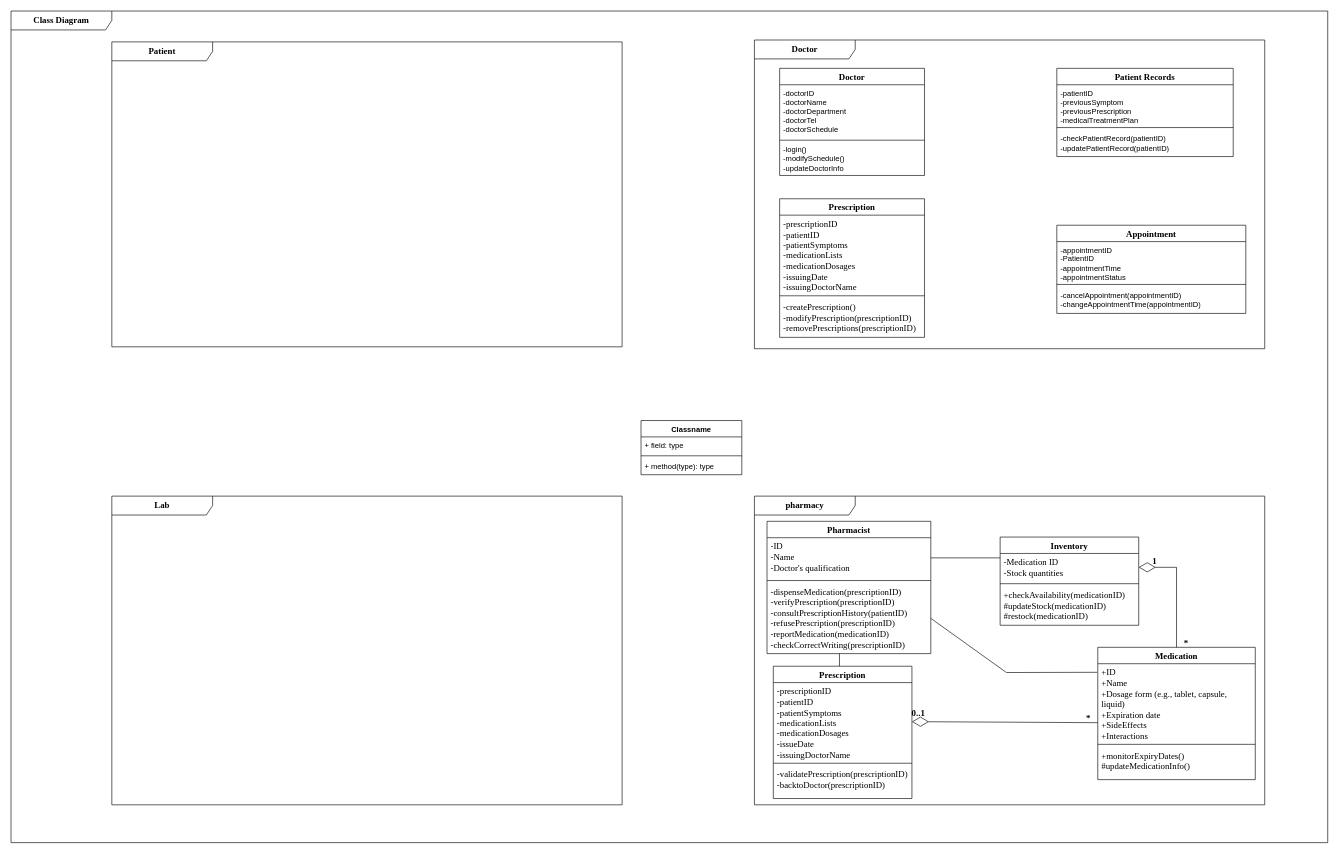
Above: Class Diagram.drawio in FOMOKN/Software-Engineering (draw.io), before the change. Source tidied: cells renumbered, new cells numbered last; positions are measured from the earlier drawing's top-left corner, leaving out a move shared by most shapes. Both pictures are drawn from the tidied source at 63%, with x=0, y=0 at pixel (11, 11).
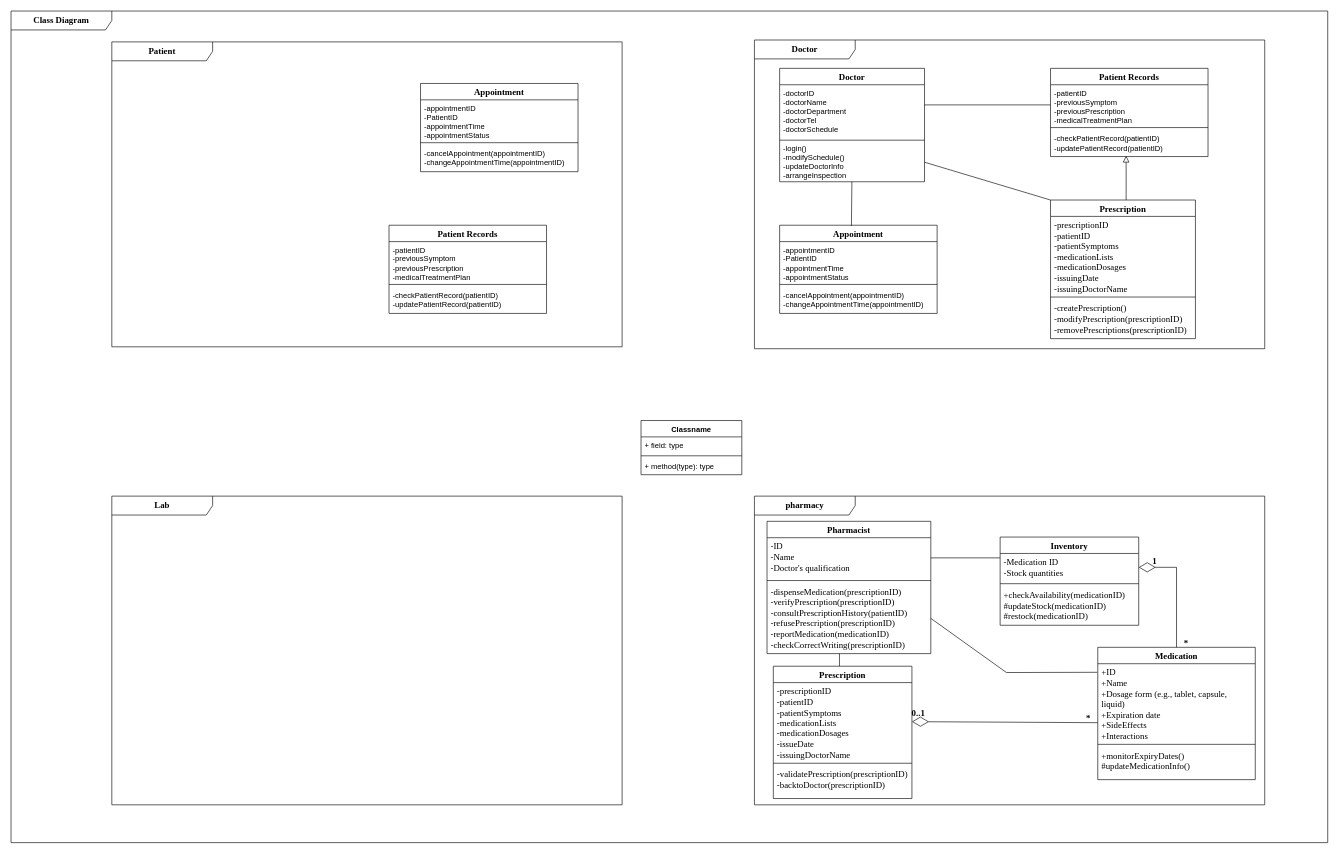
The same page after the edit.

The change refers to these unchanged cells:
```xml
<mxCell id="25" value="&lt;font size=&quot;1&quot; face=&quot;Times New Roman&quot;&gt;&lt;b style=&quot;font-size: 14px;&quot;&gt;Patient&lt;/b&gt;&lt;/font&gt;" style="shape=umlFrame;whiteSpace=wrap;html=1;width=160;" parent="23" vertex="1">
  <mxGeometry x="160" y="49" width="810" height="484" as="geometry" />
</mxCell>
<mxCell id="26" value="&lt;font style=&quot;font-size: 14px;&quot; face=&quot;Times New Roman&quot;&gt;&lt;b&gt;Doctor&lt;/b&gt;&lt;/font&gt;" style="shape=umlFrame;whiteSpace=wrap;html=1;width=160;" parent="23" vertex="1">
  <mxGeometry x="1180" y="46" width="810" height="490" as="geometry" />
</mxCell>
```

Change to the diagram source:
```diff
@@
+    <mxCell id="52" value="&lt;font face=&quot;Times New Roman&quot; style=&quot;font-size: 14px;&quot;&gt;Appointment&lt;/font&gt;" style="swimlane;fontStyle=1;align=center;verticalAlign=top;horizontal=1;startSize=26;whiteSpace=wrap;html=1;" parent="25" vertex="1">
+      <mxGeometry x="490" y="66" width="250" height="140" as="geometry" />
+    </mxCell>
+    <mxCell id="53" value="-appointmentID&lt;br&gt;-PatientID&lt;br&gt;-appointmentTime&lt;br&gt;-appointmentStatus" style="text;strokeColor=none;fillColor=none;align=left;verticalAlign=top;spacingLeft=4;spacingRight=4;overflow=hidden;whiteSpace=wrap;html=1;" parent="52" vertex="1">
+      <mxGeometry y="26" width="250" height="64" as="geometry" />
+    </mxCell>
+    <mxCell id="54" style="line;strokeWidth=1;fillColor=none;align=left;verticalAlign=middle;spacingTop=-1;spacingLeft=3;spacingRight=3;labelPosition=right;strokeColor=inherit;" parent="52" vertex="1">
+      <mxGeometry y="90" width="250" height="8" as="geometry" />
+    </mxCell>
+    <mxCell id="55" value="-cancelAppointment(appointmentID)&lt;br&gt;-changeAppointmentTime(appointmentID)" style="text;strokeColor=none;fillColor=none;align=left;verticalAlign=top;spacingLeft=4;spacingRight=4;overflow=hidden;whiteSpace=wrap;html=1;" parent="52" vertex="1">
+      <mxGeometry y="98" width="250" height="42" as="geometry" />
+    </mxCell>
+    <mxCell id="56" value="&lt;font face=&quot;Times New Roman&quot; style=&quot;font-size: 14px;&quot;&gt;Patient Records&lt;/font&gt;" style="swimlane;fontStyle=1;align=center;verticalAlign=top;horizontal=1;startSize=26;whiteSpace=wrap;html=1;" parent="25" vertex="1">
+      <mxGeometry x="440" y="291" width="250" height="140" as="geometry" />
+    </mxCell>
+    <mxCell id="57" value="-patientID&lt;br&gt;-previousSymptom&lt;br&gt;-previousPrescription&lt;br&gt;-medicalTreatmentPlan" style="text;strokeColor=none;fillColor=none;align=left;verticalAlign=top;spacingLeft=4;spacingRight=4;overflow=hidden;whiteSpace=wrap;html=1;" parent="56" vertex="1">
+      <mxGeometry y="26" width="250" height="64" as="geometry" />
+    </mxCell>
+    <mxCell id="58" style="line;strokeWidth=1;fillColor=none;align=left;verticalAlign=middle;spacingTop=-1;spacingLeft=3;spacingRight=3;labelPosition=right;strokeColor=inherit;" parent="56" vertex="1">
+      <mxGeometry y="90" width="250" height="8" as="geometry" />
+    </mxCell>
+    <mxCell id="59" value="-checkPatientRecord(patientID)&lt;br style=&quot;border-color: var(--border-color);&quot;&gt;-updatePatientRecord(patientID)" style="text;strokeColor=none;fillColor=none;align=left;verticalAlign=middle;spacingLeft=4;spacingRight=4;overflow=hidden;whiteSpace=wrap;html=1;" parent="56" vertex="1">
+      <mxGeometry y="98" width="250" height="42" as="geometry" />
+    </mxCell>
@@
     <mxCell id="27" value="&lt;font style=&quot;font-size: 14px;&quot; face=&quot;Times New Roman&quot;&gt;Doctor&lt;/font&gt;" style="swimlane;fontStyle=1;align=center;verticalAlign=top;horizontal=1;startSize=26;whiteSpace=wrap;html=1;" parent="26" vertex="1">
-      <mxGeometry x="40" y="45" width="230" height="170" as="geometry" />
+      <mxGeometry x="40" y="45" width="230" height="180" as="geometry" />
     </mxCell>
@@
-    <mxCell id="30" value="-login()&lt;br&gt;-modifySchedule()&lt;br&gt;-updateDoctorInfo" style="text;strokeColor=none;fillColor=none;align=left;verticalAlign=middle;spacingLeft=4;spacingRight=4;overflow=hidden;points=[[0,0.5],[1,0.5]];portConstraint=eastwest;whiteSpace=wrap;html=1;" parent="27" vertex="1">
-      <mxGeometry y="118" width="230" height="52" as="geometry" />
+    <mxCell id="30" value="-login()&lt;br&gt;-modifySchedule()&lt;br&gt;-updateDoctorInfo&lt;br&gt;-arrangeInspection" style="text;strokeColor=none;fillColor=none;align=left;verticalAlign=middle;spacingLeft=4;spacingRight=4;overflow=hidden;points=[[0,0.5],[1,0.5]];portConstraint=eastwest;whiteSpace=wrap;html=1;" parent="27" vertex="1">
+      <mxGeometry y="118" width="230" height="62" as="geometry" />
     </mxCell>
     <mxCell id="31" value="&lt;font face=&quot;Times New Roman&quot; style=&quot;font-size: 14px;&quot;&gt;Appointment&lt;/font&gt;" style="swimlane;fontStyle=1;align=center;verticalAlign=top;horizontal=1;startSize=26;whiteSpace=wrap;html=1;" parent="26" vertex="1">
-      <mxGeometry x="480" y="294" width="300" height="140" as="geometry" />
+      <mxGeometry x="40" y="294" width="250" height="140" as="geometry" />
     </mxCell>
     <mxCell id="32" value="-appointmentID&lt;br&gt;-PatientID&lt;br&gt;-appointmentTime&lt;br&gt;-appointmentStatus" style="text;strokeColor=none;fillColor=none;align=left;verticalAlign=top;spacingLeft=4;spacingRight=4;overflow=hidden;whiteSpace=wrap;html=1;" parent="31" vertex="1">
-      <mxGeometry y="26" width="300" height="64" as="geometry" />
+      <mxGeometry y="26" width="250" height="64" as="geometry" />
     </mxCell>
     <mxCell id="33" style="line;strokeWidth=1;fillColor=none;align=left;verticalAlign=middle;spacingTop=-1;spacingLeft=3;spacingRight=3;labelPosition=right;strokeColor=inherit;" parent="31" vertex="1">
-      <mxGeometry y="90" width="300" height="8" as="geometry" />
+      <mxGeometry y="90" width="250" height="8" as="geometry" />
     </mxCell>
     <mxCell id="34" value="-cancelAppointment(appointmentID)&lt;br&gt;-changeAppointmentTime(appointmentID)" style="text;strokeColor=none;fillColor=none;align=left;verticalAlign=top;spacingLeft=4;spacingRight=4;overflow=hidden;whiteSpace=wrap;html=1;" parent="31" vertex="1">
-      <mxGeometry y="98" width="300" height="42" as="geometry" />
+      <mxGeometry y="98" width="250" height="42" as="geometry" />
     </mxCell>
     <mxCell id="35" value="&lt;font face=&quot;Times New Roman&quot; style=&quot;font-size: 14px;&quot;&gt;Patient Records&lt;/font&gt;" style="swimlane;fontStyle=1;align=center;verticalAlign=top;horizontal=1;startSize=26;whiteSpace=wrap;html=1;" parent="26" vertex="1">
-      <mxGeometry x="480" y="45" width="280" height="140" as="geometry" />
+      <mxGeometry x="470" y="45" width="250" height="140" as="geometry" />
     </mxCell>
     <mxCell id="36" value="-patientID&lt;br&gt;-previousSymptom&lt;br&gt;-previousPrescription&lt;br&gt;-medicalTreatmentPlan" style="text;strokeColor=none;fillColor=none;align=left;verticalAlign=top;spacingLeft=4;spacingRight=4;overflow=hidden;points=[[0,0.5],[1,0.5]];portConstraint=eastwest;whiteSpace=wrap;html=1;" parent="35" vertex="1">
-      <mxGeometry y="26" width="280" height="64" as="geometry" />
+      <mxGeometry y="26" width="250" height="64" as="geometry" />
     </mxCell>
     <mxCell id="37" style="line;strokeWidth=1;fillColor=none;align=left;verticalAlign=middle;spacingTop=-1;spacingLeft=3;spacingRight=3;labelPosition=right;strokeColor=inherit;" parent="35" vertex="1">
-      <mxGeometry y="90" width="280" height="8" as="geometry" />
+      <mxGeometry y="90" width="250" height="8" as="geometry" />
     </mxCell>
     <mxCell id="38" value="-checkPatientRecord(patientID)&lt;br style=&quot;border-color: var(--border-color);&quot;&gt;-updatePatientRecord(patientID)" style="text;strokeColor=none;fillColor=none;align=left;verticalAlign=middle;spacingLeft=4;spacingRight=4;overflow=hidden;points=[[0,0.5],[1,0.5]];portConstraint=eastwest;whiteSpace=wrap;html=1;" parent="35" vertex="1">
-      <mxGeometry y="98" width="280" height="42" as="geometry" />
+      <mxGeometry y="98" width="250" height="42" as="geometry" />
     </mxCell>
     <mxCell id="39" value="&lt;font style=&quot;font-size: 14px;&quot;&gt;Prescription&lt;/font&gt;" style="swimlane;fontStyle=1;align=center;verticalAlign=top;horizontal=1;startSize=26;whiteSpace=wrap;html=1;fontFamily=Times New Roman;" parent="26" vertex="1">
-      <mxGeometry x="40" y="252" width="230" height="220" as="geometry" />
+      <mxGeometry x="470" y="254" width="230" height="220" as="geometry" />
     </mxCell>
@@
+    <mxCell id="60" style="endArrow=block;html=1;rounded=0;align=center;verticalAlign=bottom;endFill=0;labelBackgroundColor=none;endSize=8;entryX=0.48;entryY=0.971;entryDx=0;entryDy=0;entryPerimeter=0;" parent="26" edge="1" target="38">
+      <mxGeometry relative="1" as="geometry">
+        <mxPoint x="590" y="254" as="sourcePoint" />
+      </mxGeometry>
+    </mxCell>
+    <mxCell id="61" style="endArrow=none;html=1;rounded=0;entryX=0;entryY=0.5;entryDx=0;entryDy=0;" parent="26" edge="1" target="36">
+      <mxGeometry relative="1" as="geometry">
+        <mxPoint x="270" y="103" as="sourcePoint" />
+      </mxGeometry>
+    </mxCell>
+    <mxCell id="62" style="endArrow=none;html=1;rounded=0;entryX=0;entryY=0;entryDx=0;entryDy=0;exitX=1;exitY=0.5;exitDx=0;exitDy=0;" parent="26" edge="1" source="30" target="39">
+      <mxGeometry relative="1" as="geometry" />
+    </mxCell>
+    <mxCell id="63" style="endArrow=none;html=1;rounded=0;entryX=0.456;entryY=0.007;entryDx=0;entryDy=0;entryPerimeter=0;" parent="26" edge="1" source="30" target="31">
+      <mxGeometry relative="1" as="geometry" />
+    </mxCell>
```
